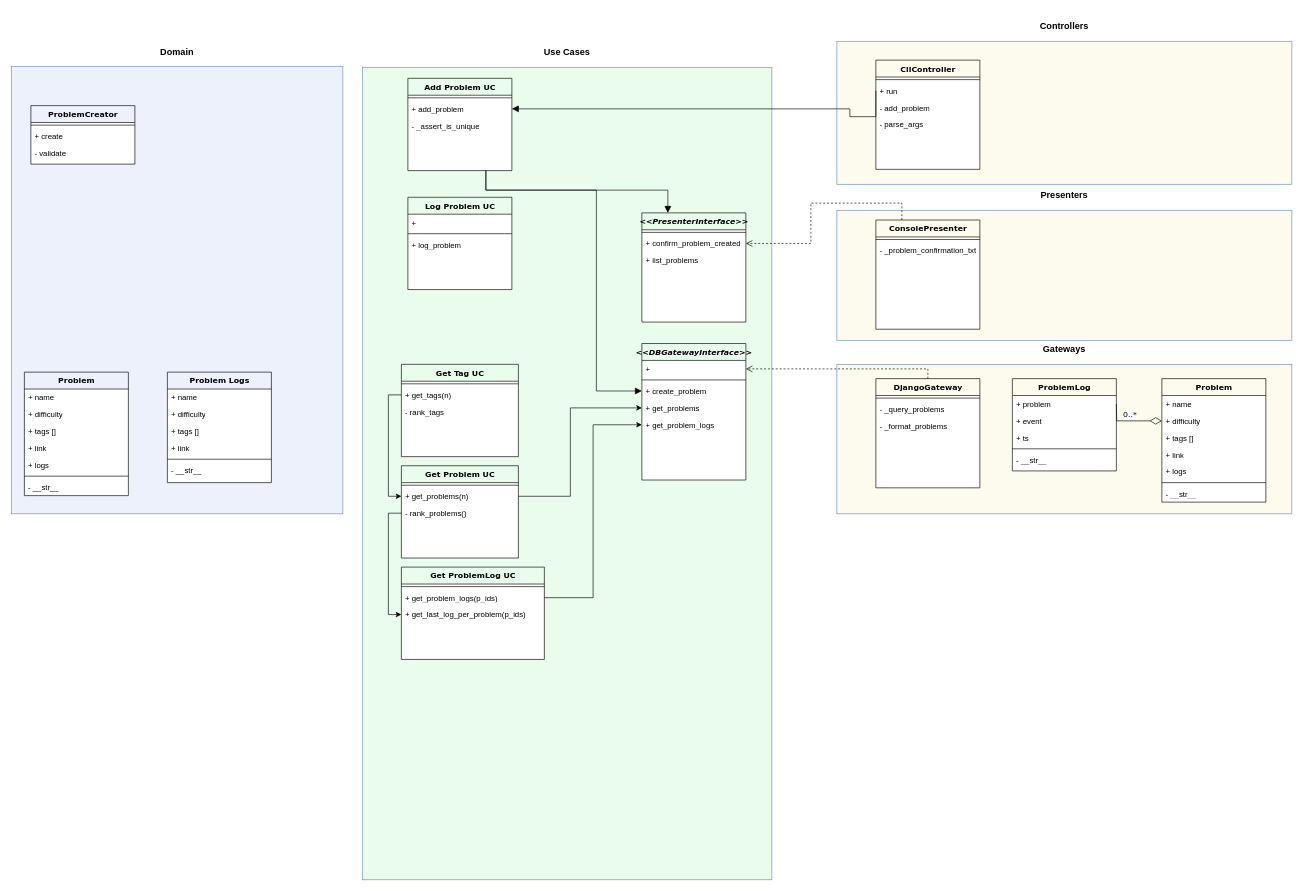
MBlistein/spaced-repetition keeps this draw.io diagram as docs/class_diagram.drawio. Above is the earlier version. Source tidied: cells renumbered, new cells numbered last; positions are measured from the earlier drawing's top-left corner, leaving out a move shared by most shapes. Both pictures are drawn from the tidied source at 65%, with x=0, y=0 at pixel (11, 41).
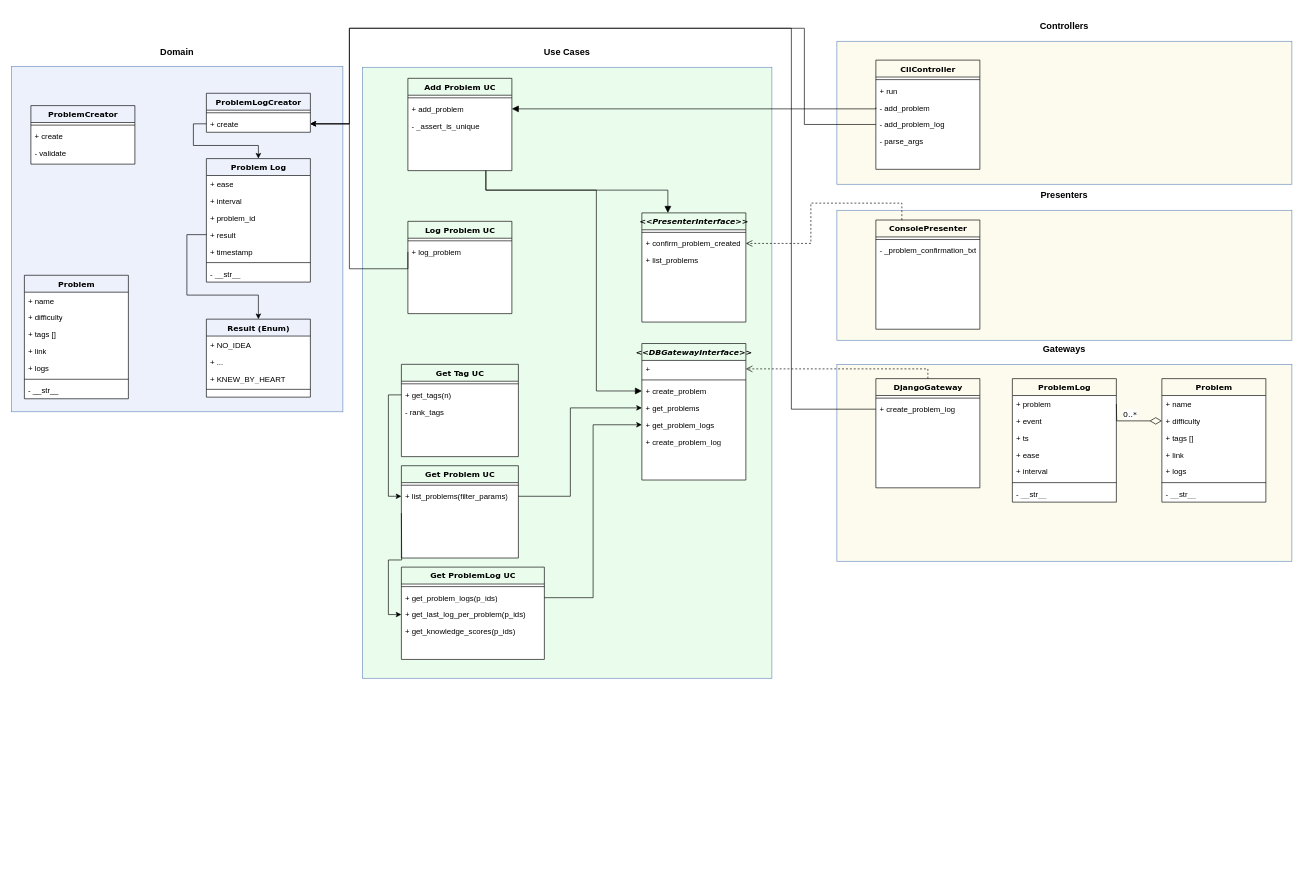
Above is the later version.

Commit message (it also covers changes not shown here):
Move KnowledgeScore calculation to get_problem_log

Unchanged cells that the change refers to:
```xml
<mxCell id="9" value="+ add_problem" style="text;html=1;strokeColor=none;fillColor=none;align=left;verticalAlign=top;spacingLeft=4;spacingRight=4;whiteSpace=wrap;overflow=hidden;points=[[0,0.5],[1,0.5]];portConstraint=eastwest;" parent="7" vertex="1">
  <mxGeometry y="34" width="160" height="26" as="geometry" />
</mxCell>
<mxCell id="34" value="DjangoGateway" style="swimlane;html=1;fontStyle=1;align=center;verticalAlign=top;horizontal=1;startSize=26;swimlaneFillColor=#ffffff;rounded=0;shadow=0;comic=0;labelBackgroundColor=none;strokeWidth=1;fillColor=none;fontFamily=Verdana;fontSize=12;" parent="1" vertex="1">
  <mxGeometry x="1330" y="519" width="160" height="168" as="geometry" />
</mxCell>
<mxCell id="43" value="&lt;i&gt;&amp;lt;&amp;lt;DBGatewayInterface&amp;gt;&amp;gt;&lt;/i&gt;" style="swimlane;html=1;fontStyle=1;align=center;verticalAlign=top;horizontal=1;startSize=26;swimlaneFillColor=#ffffff;rounded=0;shadow=0;comic=0;labelBackgroundColor=none;strokeWidth=1;fillColor=none;fontFamily=Verdana;fontSize=12;" parent="1" vertex="1">
  <mxGeometry x="970" y="465" width="160" height="210" as="geometry" />
</mxCell>
<mxCell id="49" value="Get Problem UC" style="swimlane;html=1;fontStyle=1;align=center;verticalAlign=top;horizontal=1;startSize=26;swimlaneFillColor=#ffffff;rounded=0;shadow=0;comic=0;labelBackgroundColor=none;strokeWidth=1;fillColor=none;fontFamily=Verdana;fontSize=12;" parent="1" vertex="1">
  <mxGeometry x="600" y="653" width="180" height="142" as="geometry" />
</mxCell>
<mxCell id="75" value="CliController" style="swimlane;html=1;fontStyle=1;align=center;verticalAlign=top;horizontal=1;startSize=26;swimlaneFillColor=#ffffff;rounded=0;shadow=0;comic=0;labelBackgroundColor=none;strokeWidth=1;fillColor=none;fontFamily=Verdana;fontSize=12;" parent="1" vertex="1">
  <mxGeometry x="1330" y="29" width="160" height="168" as="geometry" />
</mxCell>
<mxCell id="77" value="+ run" style="text;html=1;strokeColor=none;fillColor=none;align=left;verticalAlign=top;spacingLeft=4;spacingRight=4;whiteSpace=wrap;overflow=hidden;points=[[0,0.5],[1,0.5]];portConstraint=eastwest;" parent="75" vertex="1">
  <mxGeometry y="34" width="160" height="26" as="geometry" />
</mxCell>
<mxCell id="78" value="- add_problem" style="text;html=1;strokeColor=none;fillColor=none;align=left;verticalAlign=top;spacingLeft=4;spacingRight=4;whiteSpace=wrap;overflow=hidden;points=[[0,0.5],[1,0.5]];portConstraint=eastwest;" parent="75" vertex="1">
  <mxGeometry y="60" width="160" height="26" as="geometry" />
</mxCell>
<mxCell id="81" value="Get ProblemLog UC" style="swimlane;html=1;fontStyle=1;align=center;verticalAlign=top;horizontal=1;startSize=26;swimlaneFillColor=#ffffff;rounded=0;shadow=0;comic=0;labelBackgroundColor=none;strokeWidth=1;fillColor=none;fontFamily=Verdana;fontSize=12;" parent="1" vertex="1">
  <mxGeometry x="600" y="809" width="220" height="142" as="geometry" />
</mxCell>
<mxCell id="84" value="+ get_last_log_per_problem(p_ids)" style="text;html=1;strokeColor=none;fillColor=none;align=left;verticalAlign=top;spacingLeft=4;spacingRight=4;whiteSpace=wrap;overflow=hidden;points=[[0,0.5],[1,0.5]];portConstraint=eastwest;" parent="81" vertex="1">
  <mxGeometry y="60" width="220" height="26" as="geometry" />
</mxCell>
```

Diff of the diagram source:
```diff
@@
     <mxCell id="3" value="&lt;h3&gt;Gateways&lt;/h3&gt;" style="rounded=0;whiteSpace=wrap;html=1;strokeColor=#6c8ebf;align=center;labelPosition=center;verticalLabelPosition=top;verticalAlign=bottom;spacing=0;fillColor=#FCFBED;" parent="1" vertex="1">
-      <mxGeometry x="1270" y="497" width="700" height="230" as="geometry" />
+      <mxGeometry x="1270" y="497" width="700" height="303" as="geometry" />
     </mxCell>
     <mxCell id="4" value="&lt;h3&gt;Use Cases&lt;/h3&gt;" style="rounded=0;whiteSpace=wrap;html=1;strokeColor=#6c8ebf;align=center;labelPosition=center;verticalLabelPosition=top;verticalAlign=bottom;spacing=0;fillColor=#EAFCEC;" parent="1" vertex="1">
-      <mxGeometry x="540" y="40" width="630" height="1250" as="geometry" />
+      <mxGeometry x="540" y="40" width="630" height="940" as="geometry" />
     </mxCell>
     <mxCell id="5" value="&lt;h3&gt;Domain&lt;/h3&gt;" style="rounded=0;whiteSpace=wrap;html=1;strokeColor=#6c8ebf;fillColor=#EDF1FC;align=center;labelPosition=center;verticalLabelPosition=top;verticalAlign=bottom;spacing=0;" parent="1" vertex="1">
-      <mxGeometry y="39" width="510" height="688" as="geometry" />
+      <mxGeometry y="39" width="510" height="531" as="geometry" />
     </mxCell>
@@
     <mxCell id="11" value="Problem" style="swimlane;html=1;fontStyle=1;align=center;verticalAlign=top;horizontal=1;startSize=26;swimlaneFillColor=#ffffff;rounded=0;shadow=0;comic=0;labelBackgroundColor=none;strokeWidth=1;fillColor=none;fontFamily=Verdana;fontSize=12;" parent="1" vertex="1">
-      <mxGeometry x="20" y="509" width="160" height="190" as="geometry" />
+      <mxGeometry x="20" y="360" width="160" height="190" as="geometry" />
     </mxCell>
@@
-    <mxCell id="19" value="Problem Logs" style="swimlane;html=1;fontStyle=1;align=center;verticalAlign=top;horizontal=1;startSize=26;swimlaneFillColor=#ffffff;rounded=0;shadow=0;comic=0;labelBackgroundColor=none;strokeWidth=1;fillColor=none;fontFamily=Verdana;fontSize=12;" parent="1" vertex="1">
-      <mxGeometry x="240" y="509" width="160" height="170" as="geometry" />
+    <mxCell id="19" value="Problem Log" style="swimlane;html=1;fontStyle=1;align=center;verticalAlign=top;horizontal=1;startSize=26;swimlaneFillColor=#ffffff;rounded=0;shadow=0;comic=0;labelBackgroundColor=none;strokeWidth=1;fillColor=none;fontFamily=Verdana;fontSize=12;" parent="1" vertex="1">
+      <mxGeometry x="300" y="180.5" width="160" height="190" as="geometry" />
     </mxCell>
-    <mxCell id="20" value="+ name" style="text;html=1;strokeColor=none;fillColor=none;align=left;verticalAlign=top;spacingLeft=4;spacingRight=4;whiteSpace=wrap;overflow=hidden;" parent="19" vertex="1">
+    <mxCell id="20" value="+ ease" style="text;html=1;strokeColor=none;fillColor=none;align=left;verticalAlign=top;spacingLeft=4;spacingRight=4;whiteSpace=wrap;overflow=hidden;" parent="19" vertex="1">
       <mxGeometry y="26" width="160" height="26" as="geometry" />
     </mxCell>
-    <mxCell id="21" value="+ difficulty" style="text;html=1;strokeColor=none;fillColor=none;align=left;verticalAlign=top;spacingLeft=4;spacingRight=4;whiteSpace=wrap;overflow=hidden;" parent="19" vertex="1">
+    <mxCell id="21" value="+ interval" style="text;html=1;strokeColor=none;fillColor=none;align=left;verticalAlign=top;spacingLeft=4;spacingRight=4;whiteSpace=wrap;overflow=hidden;" parent="19" vertex="1">
       <mxGeometry y="52" width="160" height="26" as="geometry" />
     </mxCell>
-    <mxCell id="22" value="+ tags []" style="text;html=1;strokeColor=none;fillColor=none;align=left;verticalAlign=top;spacingLeft=4;spacingRight=4;whiteSpace=wrap;overflow=hidden;" parent="19" vertex="1">
-      <mxGeometry y="78" width="160" height="26" as="geometry" />
-    </mxCell>
-    <mxCell id="23" value="+ link" style="text;html=1;strokeColor=none;fillColor=none;align=left;verticalAlign=top;spacingLeft=4;spacingRight=4;whiteSpace=wrap;overflow=hidden;" parent="19" vertex="1">
-      <mxGeometry y="104" width="160" height="26" as="geometry" />
-    </mxCell>
+    <mxCell id="93" value="+ problem_id" style="text;html=1;strokeColor=none;fillColor=none;align=left;verticalAlign=top;spacingLeft=4;spacingRight=4;whiteSpace=wrap;overflow=hidden;" parent="19" vertex="1">
+      <mxGeometry y="78" width="160" height="26" as="geometry" />
+    </mxCell>
+    <mxCell id="94" value="+ result" style="text;html=1;strokeColor=none;fillColor=none;align=left;verticalAlign=top;spacingLeft=4;spacingRight=4;whiteSpace=wrap;overflow=hidden;points=[[0,0.5],[1,0.5]];portConstraint=eastwest;" parent="19" vertex="1">
+      <mxGeometry y="104" width="160" height="26" as="geometry" />
+    </mxCell>
+    <mxCell id="95" value="+ timestamp" style="text;html=1;strokeColor=none;fillColor=none;align=left;verticalAlign=top;spacingLeft=4;spacingRight=4;whiteSpace=wrap;overflow=hidden;" parent="19" vertex="1">
+      <mxGeometry y="130" width="160" height="26" as="geometry" />
+    </mxCell>
     <mxCell id="24" style="line;html=1;strokeWidth=1;fillColor=none;align=left;verticalAlign=middle;spacingTop=-1;spacingLeft=3;spacingRight=3;labelPosition=right;" parent="19" vertex="1">
-      <mxGeometry y="130" width="160" height="8" as="geometry" />
+      <mxGeometry y="156" width="160" height="8" as="geometry" />
     </mxCell>
     <mxCell id="25" value="- __str__" style="text;html=1;strokeColor=none;fillColor=none;align=left;verticalAlign=top;spacingLeft=4;spacingRight=4;whiteSpace=wrap;overflow=hidden;" parent="19" vertex="1">
-      <mxGeometry y="138" width="160" height="26" as="geometry" />
+      <mxGeometry y="164" width="160" height="26" as="geometry" />
     </mxCell>
     <mxCell id="26" value="Log Problem UC" style="swimlane;html=1;fontStyle=1;align=center;verticalAlign=top;horizontal=1;startSize=26;swimlaneFillColor=#ffffff;rounded=0;shadow=0;comic=0;labelBackgroundColor=none;strokeWidth=1;fillColor=none;fontFamily=Verdana;fontSize=12;" parent="1" vertex="1">
-      <mxGeometry x="610" y="240" width="160" height="142" as="geometry" />
+      <mxGeometry x="610" y="277" width="160" height="142" as="geometry" />
     </mxCell>
-    <mxCell id="27" value="+" style="text;html=1;strokeColor=none;fillColor=none;align=left;verticalAlign=top;spacingLeft=4;spacingRight=4;whiteSpace=wrap;overflow=hidden;" parent="26" vertex="1">
-      <mxGeometry y="26" width="160" height="26" as="geometry" />
-    </mxCell>
     <mxCell id="28" style="line;html=1;strokeWidth=1;fillColor=none;align=left;verticalAlign=middle;spacingTop=-1;spacingLeft=3;spacingRight=3;labelPosition=right;" parent="26" vertex="1">
-      <mxGeometry y="52" width="160" height="8" as="geometry" />
+      <mxGeometry y="26" width="160" height="8" as="geometry" />
     </mxCell>
     <mxCell id="29" value="+ log_problem" style="text;html=1;strokeColor=none;fillColor=none;align=left;verticalAlign=top;spacingLeft=4;spacingRight=4;whiteSpace=wrap;overflow=hidden;points=[[0,0.5],[1,0.5]];portConstraint=eastwest;" parent="26" vertex="1">
-      <mxGeometry y="60" width="160" height="26" as="geometry" />
+      <mxGeometry y="34" width="160" height="26" as="geometry" />
     </mxCell>
@@
-    <mxCell id="36" value="- _query_problems" style="text;html=1;strokeColor=none;fillColor=none;align=left;verticalAlign=top;spacingLeft=4;spacingRight=4;whiteSpace=wrap;overflow=hidden;" parent="34" vertex="1">
-      <mxGeometry y="34" width="160" height="26" as="geometry" />
-    </mxCell>
-    <mxCell id="37" value="- _format_problems" style="text;html=1;strokeColor=none;fillColor=none;align=left;verticalAlign=top;spacingLeft=4;spacingRight=4;whiteSpace=wrap;overflow=hidden;points=[[0,0.5],[1,0.5]];portConstraint=eastwest;" parent="34" vertex="1">
-      <mxGeometry y="60" width="160" height="26" as="geometry" />
+    <mxCell id="37" value="+ create_problem_log" style="text;html=1;strokeColor=none;fillColor=none;align=left;verticalAlign=top;spacingLeft=4;spacingRight=4;whiteSpace=wrap;overflow=hidden;points=[[0,0.5],[1,0.5]];portConstraint=eastwest;" parent="34" vertex="1">
+      <mxGeometry y="34" width="160" height="26" as="geometry" />
     </mxCell>
@@
+    <mxCell id="96" value="+ create_problem_log" style="text;html=1;strokeColor=none;fillColor=none;align=left;verticalAlign=top;spacingLeft=4;spacingRight=4;whiteSpace=wrap;overflow=hidden;" parent="43" vertex="1">
+      <mxGeometry y="138" width="160" height="26" as="geometry" />
+    </mxCell>
@@
-    <mxCell id="51" value="+ get_problems(n)" style="text;html=1;strokeColor=none;fillColor=none;align=left;verticalAlign=top;spacingLeft=4;spacingRight=4;whiteSpace=wrap;overflow=hidden;points=[[0,0.5],[1,0.5]];portConstraint=eastwest;" parent="49" vertex="1">
+    <mxCell id="51" value="+ list_problems(filter_params)" style="text;html=1;strokeColor=none;fillColor=none;align=left;verticalAlign=top;spacingLeft=4;spacingRight=4;whiteSpace=wrap;overflow=hidden;points=[[0,0.5],[1,0.5]];portConstraint=eastwest;" parent="49" vertex="1">
       <mxGeometry y="34" width="180" height="26" as="geometry" />
     </mxCell>
-    <mxCell id="52" value="- rank_problems()" style="text;html=1;strokeColor=none;fillColor=none;align=left;verticalAlign=top;spacingLeft=4;spacingRight=4;whiteSpace=wrap;overflow=hidden;points=[[0,0.5],[1,0.5]];portConstraint=eastwest;" parent="49" vertex="1">
-      <mxGeometry y="60" width="180" height="26" as="geometry" />
-    </mxCell>
@@
     <mxCell id="61" value="ProblemLog" style="swimlane;html=1;fontStyle=1;align=center;verticalAlign=top;horizontal=1;startSize=26;swimlaneFillColor=#ffffff;rounded=0;shadow=0;comic=0;labelBackgroundColor=none;strokeWidth=1;fillColor=none;fontFamily=Verdana;fontSize=12;" parent="1" vertex="1">
-      <mxGeometry x="1540" y="519" width="160" height="142" as="geometry" />
+      <mxGeometry x="1540" y="519" width="160" height="190" as="geometry" />
     </mxCell>
@@
+    <mxCell id="97" value="+ ease" style="text;html=1;strokeColor=none;fillColor=none;align=left;verticalAlign=top;spacingLeft=4;spacingRight=4;whiteSpace=wrap;overflow=hidden;" parent="61" vertex="1">
+      <mxGeometry y="104" width="160" height="26" as="geometry" />
+    </mxCell>
+    <mxCell id="98" value="+ interval" style="text;html=1;strokeColor=none;fillColor=none;align=left;verticalAlign=top;spacingLeft=4;spacingRight=4;whiteSpace=wrap;overflow=hidden;" parent="61" vertex="1">
+      <mxGeometry y="130" width="160" height="26" as="geometry" />
+    </mxCell>
     <mxCell id="65" style="line;html=1;strokeWidth=1;fillColor=none;align=left;verticalAlign=middle;spacingTop=-1;spacingLeft=3;spacingRight=3;labelPosition=right;" parent="61" vertex="1">
-      <mxGeometry y="104" width="160" height="8" as="geometry" />
+      <mxGeometry y="156" width="160" height="8" as="geometry" />
     </mxCell>
     <mxCell id="66" value="- __str__" style="text;html=1;strokeColor=none;fillColor=none;align=left;verticalAlign=top;spacingLeft=4;spacingRight=4;whiteSpace=wrap;overflow=hidden;" parent="61" vertex="1">
-      <mxGeometry y="112" width="160" height="26" as="geometry" />
+      <mxGeometry y="164" width="160" height="26" as="geometry" />
     </mxCell>
@@
+    <mxCell id="99" value="- add_problem_log" style="text;html=1;strokeColor=none;fillColor=none;align=left;verticalAlign=top;spacingLeft=4;spacingRight=4;whiteSpace=wrap;overflow=hidden;points=[[0,0.5],[1,0.5]];portConstraint=eastwest;" parent="75" vertex="1">
+      <mxGeometry y="86" width="160" height="26" as="geometry" />
+    </mxCell>
     <mxCell id="79" value="- parse_args" style="text;html=1;strokeColor=none;fillColor=none;align=left;verticalAlign=top;spacingLeft=4;spacingRight=4;whiteSpace=wrap;overflow=hidden;" parent="75" vertex="1">
-      <mxGeometry y="86" width="160" height="26" as="geometry" />
+      <mxGeometry y="112" width="160" height="26" as="geometry" />
     </mxCell>
-    <mxCell id="80" style="edgeStyle=orthogonalEdgeStyle;rounded=0;jettySize=auto;html=1;exitX=0;exitY=0.5;exitDx=0;exitDy=0;entryX=1;entryY=0.5;entryDx=0;entryDy=0;endArrow=block;endFill=1;endSize=8;startSize=8;" parent="1" edge="1" source="77" target="9">
+    <mxCell id="80" style="edgeStyle=orthogonalEdgeStyle;rounded=0;jettySize=auto;html=1;exitX=0;exitY=0.5;exitDx=0;exitDy=0;entryX=1;entryY=0.5;entryDx=0;entryDy=0;endArrow=block;endFill=1;endSize=8;startSize=8;" parent="1" edge="1" source="78" target="9">
       <mxGeometry relative="1" as="geometry">
         <Array as="points">
-          <mxPoint x="1290" y="116" />
-          <mxPoint x="1290" y="104" />
+          <mxPoint x="1330" y="104" />
         </Array>
       </mxGeometry>
     </mxCell>
@@
+    <mxCell id="100" value="+ get_knowledge_scores(p_ids)" style="text;html=1;strokeColor=none;fillColor=none;align=left;verticalAlign=top;spacingLeft=4;spacingRight=4;whiteSpace=wrap;overflow=hidden;" parent="81" vertex="1">
+      <mxGeometry y="86" width="220" height="26" as="geometry" />
+    </mxCell>
@@
-    <mxCell id="90" style="edgeStyle=orthogonalEdgeStyle;rounded=0;jettySize=auto;html=1;exitX=0;exitY=0.5;exitDx=0;exitDy=0;entryX=0;entryY=0.5;entryDx=0;entryDy=0;" parent="1" edge="1" source="52" target="84">
-      <mxGeometry relative="1" as="geometry" />
+    <mxCell id="90" style="edgeStyle=orthogonalEdgeStyle;rounded=0;jettySize=auto;html=1;exitX=0;exitY=0.5;exitDx=0;exitDy=0;entryX=0;entryY=0.5;entryDx=0;entryDy=0;" parent="1" edge="1" target="84">
+      <mxGeometry relative="1" as="geometry">
+        <mxPoint x="600" y="726" as="sourcePoint" />
+      </mxGeometry>
     </mxCell>
@@
+    <mxCell id="101" value="Result (Enum)" style="swimlane;html=1;fontStyle=1;align=center;verticalAlign=top;horizontal=1;startSize=26;swimlaneFillColor=#ffffff;rounded=0;shadow=0;comic=0;labelBackgroundColor=none;strokeWidth=1;fillColor=none;fontFamily=Verdana;fontSize=12;" parent="1" vertex="1">
+      <mxGeometry x="300" y="427.5" width="160" height="120" as="geometry" />
+    </mxCell>
+    <mxCell id="102" value="+ NO_IDEA" style="text;html=1;strokeColor=none;fillColor=none;align=left;verticalAlign=top;spacingLeft=4;spacingRight=4;whiteSpace=wrap;overflow=hidden;" parent="101" vertex="1">
+      <mxGeometry y="26" width="160" height="26" as="geometry" />
+    </mxCell>
+    <mxCell id="103" value="+ ..." style="text;html=1;strokeColor=none;fillColor=none;align=left;verticalAlign=top;spacingLeft=4;spacingRight=4;whiteSpace=wrap;overflow=hidden;" parent="101" vertex="1">
+      <mxGeometry y="52" width="160" height="26" as="geometry" />
+    </mxCell>
+    <mxCell id="104" value="+ KNEW_BY_HEART" style="text;html=1;strokeColor=none;fillColor=none;align=left;verticalAlign=top;spacingLeft=4;spacingRight=4;whiteSpace=wrap;overflow=hidden;" parent="101" vertex="1">
+      <mxGeometry y="78" width="160" height="26" as="geometry" />
+    </mxCell>
+    <mxCell id="105" style="line;html=1;strokeWidth=1;fillColor=none;align=left;verticalAlign=middle;spacingTop=-1;spacingLeft=3;spacingRight=3;labelPosition=right;" parent="101" vertex="1">
+      <mxGeometry y="104" width="160" height="8" as="geometry" />
+    </mxCell>
+    <mxCell id="106" style="edgeStyle=orthogonalEdgeStyle;rounded=0;jettySize=auto;html=1;exitX=0;exitY=0.5;exitDx=0;exitDy=0;entryX=0.5;entryY=0;entryDx=0;entryDy=0;" parent="1" edge="1" source="94" target="101">
+      <mxGeometry relative="1" as="geometry">
+        <Array as="points">
+          <mxPoint x="270" y="297.5" />
+          <mxPoint x="270" y="390.5" />
+          <mxPoint x="380" y="390.5" />
+        </Array>
+      </mxGeometry>
+    </mxCell>
+    <mxCell id="107" value="ProblemLogCreator" style="swimlane;html=1;fontStyle=1;align=center;verticalAlign=top;horizontal=1;startSize=26;swimlaneFillColor=#ffffff;rounded=0;shadow=0;comic=0;labelBackgroundColor=none;strokeWidth=1;fillColor=none;fontFamily=Verdana;fontSize=12;" parent="1" vertex="1">
+      <mxGeometry x="300" y="80" width="160" height="60" as="geometry" />
+    </mxCell>
+    <mxCell id="108" style="line;html=1;strokeWidth=1;fillColor=none;align=left;verticalAlign=middle;spacingTop=-1;spacingLeft=3;spacingRight=3;labelPosition=right;" parent="107" vertex="1">
+      <mxGeometry y="26" width="160" height="8" as="geometry" />
+    </mxCell>
+    <mxCell id="109" value="+ create" style="text;html=1;strokeColor=none;fillColor=none;align=left;verticalAlign=top;spacingLeft=4;spacingRight=4;whiteSpace=wrap;overflow=hidden;points=[[0,0.5],[1,0.5]];portConstraint=eastwest;" parent="107" vertex="1">
+      <mxGeometry y="34" width="160" height="26" as="geometry" />
+    </mxCell>
+    <mxCell id="110" style="edgeStyle=orthogonalEdgeStyle;rounded=0;jettySize=auto;html=1;exitX=0;exitY=0.5;exitDx=0;exitDy=0;entryX=0.5;entryY=0;entryDx=0;entryDy=0;" parent="1" edge="1" source="109" target="19">
+      <mxGeometry relative="1" as="geometry" />
+    </mxCell>
+    <mxCell id="111" style="edgeStyle=orthogonalEdgeStyle;rounded=0;jettySize=auto;html=1;exitX=0;exitY=0.5;exitDx=0;exitDy=0;entryX=1;entryY=0.5;entryDx=0;entryDy=0;" parent="1" edge="1" source="29" target="109">
+      <mxGeometry relative="1" as="geometry">
+        <Array as="points">
+          <mxPoint x="520" y="350" />
+          <mxPoint x="520" y="127" />
+        </Array>
+      </mxGeometry>
+    </mxCell>
+    <mxCell id="112" style="edgeStyle=orthogonalEdgeStyle;rounded=0;jettySize=auto;html=1;exitX=0;exitY=0.5;exitDx=0;exitDy=0;entryX=1;entryY=0.5;entryDx=0;entryDy=0;" parent="1" edge="1" source="37" target="109">
+      <mxGeometry relative="1" as="geometry">
+        <Array as="points">
+          <mxPoint x="1200" y="566" />
+          <mxPoint x="1200" y="-20" />
+          <mxPoint x="520" y="-20" />
+          <mxPoint x="520" y="127" />
+        </Array>
+      </mxGeometry>
+    </mxCell>
+    <mxCell id="113" style="edgeStyle=orthogonalEdgeStyle;rounded=0;jettySize=auto;html=1;exitX=0;exitY=0.5;exitDx=0;exitDy=0;entryX=1;entryY=0.5;entryDx=0;entryDy=0;" parent="1" edge="1" source="99" target="109">
+      <mxGeometry relative="1" as="geometry">
+        <Array as="points">
+          <mxPoint x="1220" y="128" />
+          <mxPoint x="1220" y="-20" />
+          <mxPoint x="520" y="-20" />
+          <mxPoint x="520" y="127" />
+        </Array>
+      </mxGeometry>
+    </mxCell>
```
